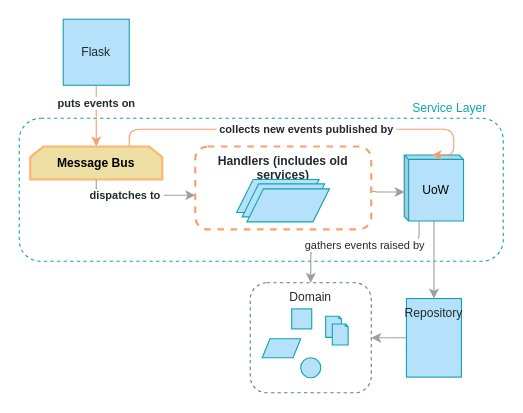
Before: page "Chapter 9" (7 of 11) of maps.drawio in cosmicpython/book, a draw.io diagram. Source tidied: cells renumbered, new cells numbered last; positions are measured from the earlier drawing's top-left corner, leaving out a move shared by most shapes. Both pictures are drawn from the tidied source at 110%, with x=0, y=0 at pixel (19, 19).
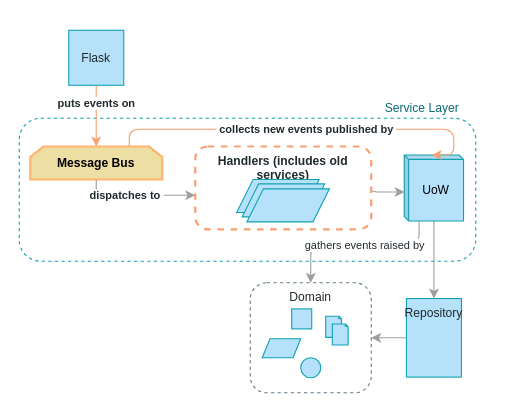
After the change.

Diff of the diagram source:
```diff
@@
-    <mxCell id="2" value="Service Layer" style="rounded=1;whiteSpace=wrap;html=1;shadow=0;dashed=1;fontFamily=Guardian Sans Cond Light;fontSize=11;fontColor=#0FA3B1;align=right;strokeColor=#0FA3B1;gradientColor=#ffffff;fillColor=none;labelPosition=center;verticalLabelPosition=top;verticalAlign=bottom;spacingRight=13;" parent="1" vertex="1">
-      <mxGeometry y="90" width="440" height="130" as="geometry" />
+    <mxCell id="2" value="Service Layer" style="rounded=1;whiteSpace=wrap;html=1;shadow=0;dashed=1;fontFamily=Guardian Sans Cond Light;fontSize=11;fontColor=#0A6A73;align=right;strokeColor=#0FA3B1;gradientColor=#ffffff;fillColor=none;labelPosition=center;verticalLabelPosition=top;verticalAlign=bottom;spacingRight=13;" parent="1" vertex="1">
+      <mxGeometry y="90" width="415" height="130" as="geometry" />
     </mxCell>
@@
     <mxCell id="4" value="Flask" style="whiteSpace=wrap;html=1;strokeColor=#0FA3B1;fillColor=#B5E2FA;gradientColor=none;fontFamily=Guardian Sans Cond Light;fontSize=11;fontColor=#212A2E;" parent="1" vertex="1">
-      <mxGeometry x="40" width="60" height="60" as="geometry" />
+      <mxGeometry x="45" y="10" width="50" height="50" as="geometry" />
     </mxCell>
```
